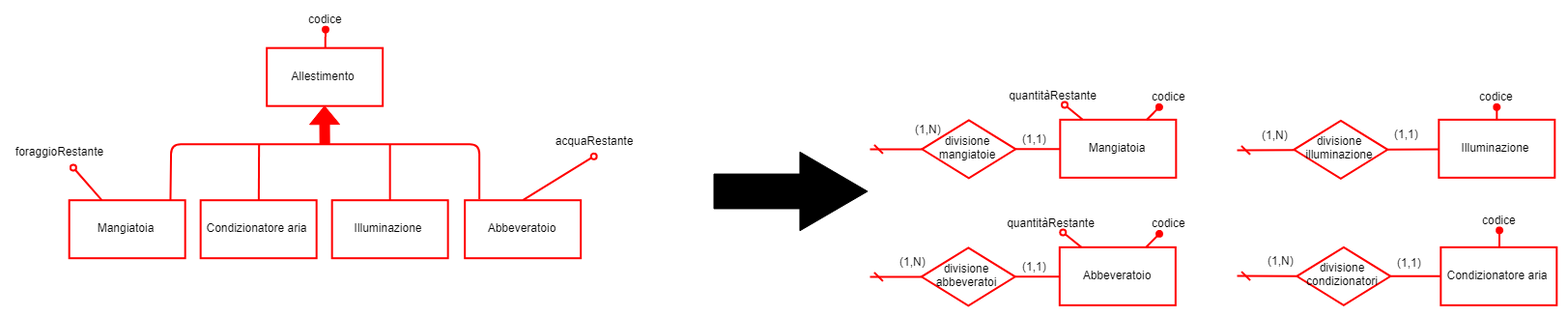
glmquint/Farmhouse keeps this draw.io diagram as ridondanze/allestimento.png. Above is the earlier version. Source tidied: cells renumbered, new cells last; positions are measured from the earlier drawing's top-left corner, leaving out a move shared by most shapes.
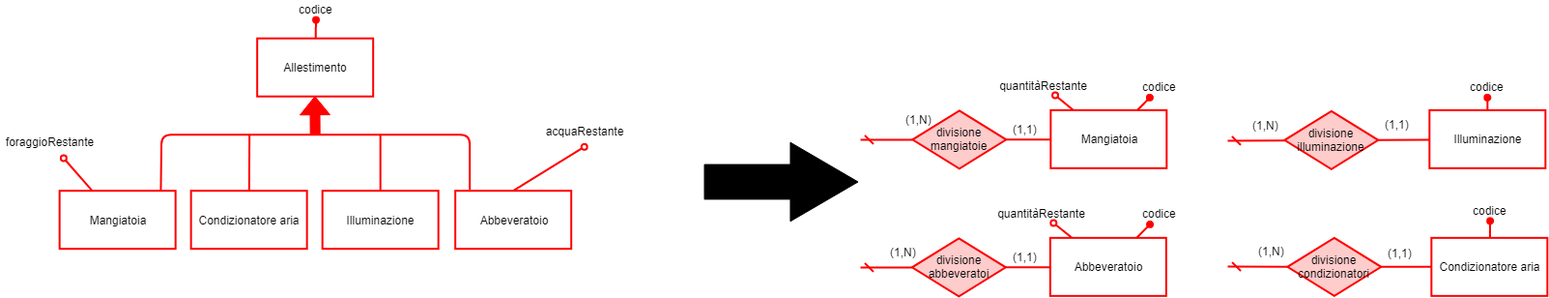
Later version of the same file.

Change to the diagram source:
```diff
@@ -74,7 +74,7 @@
     <mxCell id="20" value="Mangiatoia" style="rounded=0;whiteSpace=wrap;html=1;align=center;strokeColor=#FF0000;strokeWidth=2;" parent="1" vertex="1">
       <mxGeometry x="1086.8" y="113.4" width="120" height="60" as="geometry" />
     </mxCell>
-    <mxCell id="21" value="divisione mangiatoie" style="rhombus;whiteSpace=wrap;html=1;align=center;strokeColor=#FF0000;strokeWidth=2;" parent="1" vertex="1">
+    <mxCell id="21" value="divisione mangiatoie" style="rhombus;whiteSpace=wrap;html=1;align=center;strokeColor=#FF0000;strokeWidth=2;fillColor=#FFCCCC;" parent="1" vertex="1">
       <mxGeometry x="943.8" y="113.9" width="97" height="60" as="geometry" />
     </mxCell>
     <mxCell id="22" value="(1,N)&lt;br&gt;" style="text;html=1;align=center;verticalAlign=top;spacingTop=-4;" parent="1" vertex="1">
@@ -98,7 +98,7 @@
     <mxCell id="28" value="Abbeveratoio" style="rounded=0;whiteSpace=wrap;html=1;align=center;strokeColor=#FF0000;strokeWidth=2;" parent="1" vertex="1">
       <mxGeometry x="1086.3" y="245.4" width="120" height="60" as="geometry" />
     </mxCell>
-    <mxCell id="29" value="divisione abbeveratoi" style="rhombus;whiteSpace=wrap;html=1;align=center;strokeColor=#FF0000;strokeWidth=2;" parent="1" vertex="1">
+    <mxCell id="29" value="divisione abbeveratoi" style="rhombus;whiteSpace=wrap;html=1;align=center;strokeColor=#FF0000;strokeWidth=2;fillColor=#FFCCCC;" parent="1" vertex="1">
       <mxGeometry x="943.3" y="245.9" width="97" height="60" as="geometry" />
     </mxCell>
     <mxCell id="30" value="(1,N)&lt;br&gt;" style="text;html=1;align=center;verticalAlign=top;spacingTop=-4;" parent="1" vertex="1">
@@ -122,7 +122,7 @@
     <mxCell id="36" value="Illuminazione" style="rounded=0;whiteSpace=wrap;html=1;align=center;strokeColor=#FF0000;strokeWidth=2;" parent="1" vertex="1">
       <mxGeometry x="1478.8" y="113.4" width="120" height="60" as="geometry" />
     </mxCell>
-    <mxCell id="37" value="divisione illuminazione" style="rhombus;whiteSpace=wrap;html=1;align=center;strokeColor=#FF0000;strokeWidth=2;" parent="1" vertex="1">
+    <mxCell id="37" value="divisione illuminazione" style="rhombus;whiteSpace=wrap;html=1;align=center;strokeColor=#FF0000;strokeWidth=2;fillColor=#FFCCCC;" parent="1" vertex="1">
       <mxGeometry x="1328.8" y="114.4" width="97" height="60" as="geometry" />
     </mxCell>
     <mxCell id="38" value="(1,N)&lt;br&gt;" style="text;html=1;align=center;verticalAlign=top;spacingTop=-4;" parent="1" vertex="1">
@@ -143,7 +143,7 @@
     <mxCell id="43" value="Condizionatore aria" style="rounded=0;whiteSpace=wrap;html=1;align=center;strokeColor=#FF0000;strokeWidth=2;" parent="1" vertex="1">
       <mxGeometry x="1480.8" y="245.4" width="120" height="60" as="geometry" />
     </mxCell>
-    <mxCell id="44" value="divisione condizionatori" style="rhombus;whiteSpace=wrap;html=1;align=center;strokeColor=#FF0000;strokeWidth=2;" parent="1" vertex="1">
+    <mxCell id="44" value="divisione condizionatori" style="rhombus;whiteSpace=wrap;html=1;align=center;strokeColor=#FF0000;strokeWidth=2;fillColor=#FFCCCC;" parent="1" vertex="1">
       <mxGeometry x="1331.8" y="245.4" width="97" height="60" as="geometry" />
     </mxCell>
     <mxCell id="45" value="(1,N)&lt;br&gt;" style="text;html=1;align=center;verticalAlign=top;spacingTop=-4;" parent="1" vertex="1">
```
